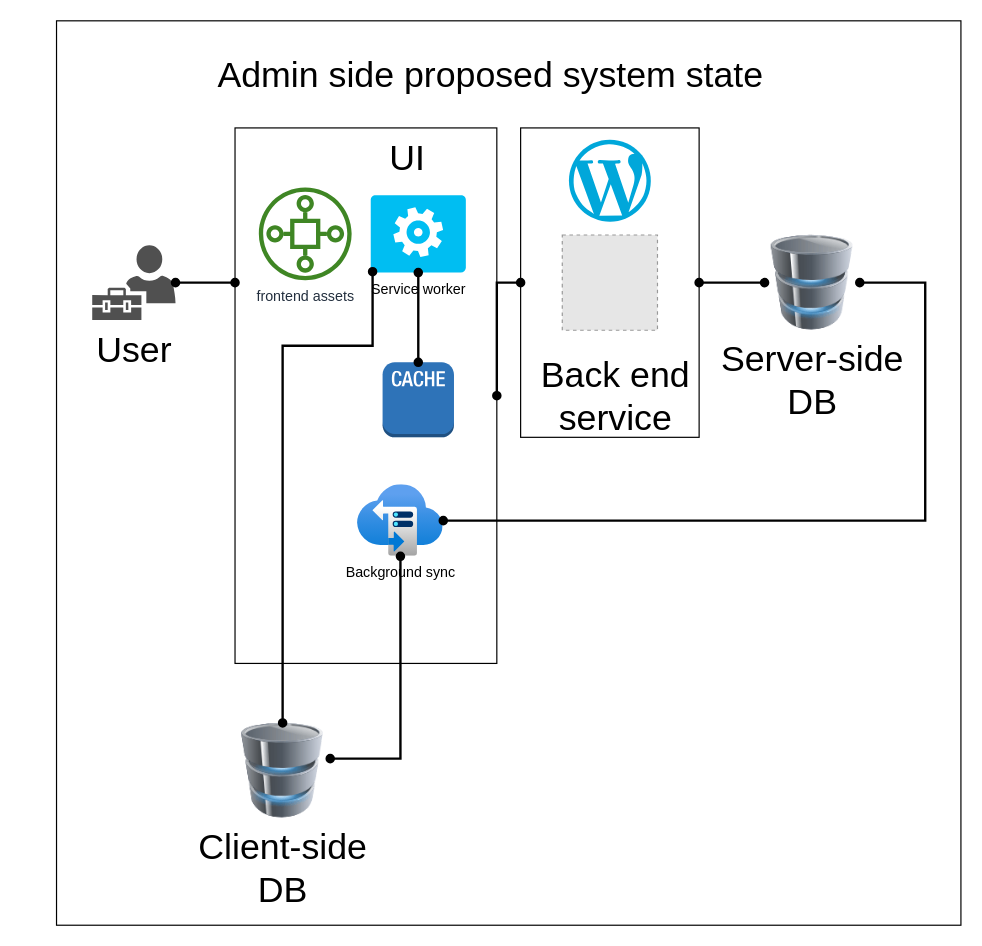
This is high-level/proposed-admin-system.drawio from AlexeyPopovUA/a8c-diagrams, a draw.io file, before an edit. Source tidied: cells renumbered, new cells numbered last; positions are measured from the earlier drawing's top-left corner, leaving out a move shared by most shapes. Both pictures are drawn from the tidied source at 119%, with x=0, y=0 at pixel (56, 20). Pictures stored in the file or linked from it are replaced by grey dashed boxes.
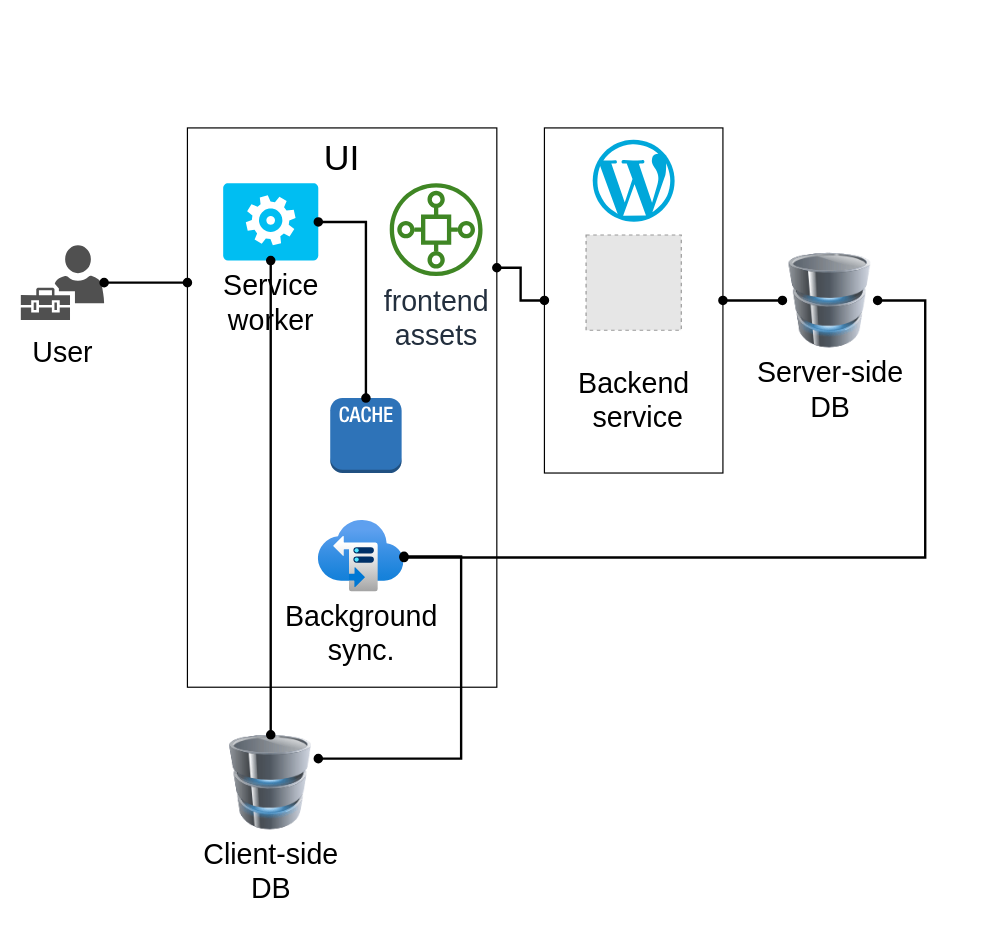
The same diagram, later.

What changed in the source:
```diff
@@
-    <mxCell id="2" style="rounded=0;whiteSpace=wrap;html=1;fontSize=30;" parent="1" vertex="1">
-      <mxGeometry width="760" height="760" as="geometry" />
-    </mxCell>
     <mxCell id="3" value="&lt;div align=&quot;center&quot;&gt;&lt;br&gt;&lt;/div&gt;" style="rounded=0;whiteSpace=wrap;html=1;fontSize=30;align=center;" parent="1" vertex="1">
-      <mxGeometry x="150" y="90" width="220" height="450" as="geometry" />
+      <mxGeometry x="110" y="90" width="260" height="470" as="geometry" />
     </mxCell>
     <mxCell id="4" style="rounded=0;whiteSpace=wrap;html=1;fontSize=30;" parent="1" vertex="1">
-      <mxGeometry x="390" y="90" width="150" height="260" as="geometry" />
+      <mxGeometry x="410" y="90" width="150" height="290" as="geometry" />
     </mxCell>
-    <mxCell id="5" value="&lt;div style=&quot;font-size: 30px;&quot;&gt;&lt;font style=&quot;font-size: 30px;&quot;&gt;Server-side&lt;/font&gt;&lt;/div&gt;&lt;div style=&quot;font-size: 30px;&quot;&gt;&lt;font style=&quot;font-size: 30px;&quot;&gt;DB&lt;/font&gt;&lt;/div&gt;" style="image;html=1;image=img/lib/clip_art/computers/Database_128x128.png;fontSize=40;labelPosition=center;verticalLabelPosition=bottom;align=center;verticalAlign=top;" parent="1" vertex="1">
-      <mxGeometry x="595" y="180" width="80" height="80" as="geometry" />
+    <mxCell id="5" value="&lt;div style=&quot;font-size: 24px;&quot;&gt;&lt;font style=&quot;font-size: 24px;&quot;&gt;Server-side&lt;/font&gt;&lt;/div&gt;&lt;div style=&quot;font-size: 24px;&quot;&gt;&lt;font style=&quot;font-size: 24px;&quot;&gt;DB&lt;/font&gt;&lt;/div&gt;" style="image;html=1;image=img/lib/clip_art/computers/Database_128x128.png;fontSize=40;labelPosition=center;verticalLabelPosition=bottom;align=center;verticalAlign=top;" parent="1" vertex="1">
+      <mxGeometry x="610" y="195" width="80" height="80" as="geometry" />
     </mxCell>
     <mxCell id="6" style="dashed=0;html=1;align=center;labelPosition=center;verticalLabelPosition=bottom;verticalAlign=top;shape=mxgraph.weblogos.wordpress_2;fillColor=#00A7DA;strokeColor=none;fontSize=40;" parent="1" vertex="1">
-      <mxGeometry x="430.6" y="100" width="68.8" height="68.8" as="geometry" />
+      <mxGeometry x="450.6" y="100" width="68.8" height="68.8" as="geometry" />
     </mxCell>
-    <mxCell id="7" style="fillColor=#E6E6E6;strokeColor=#999999;dashed=1;html=1;verticalAlign=top;verticalLabelPosition=bottom;labelBackgroundColor=#ffffff;fontSize=40;" parent="1" vertex="1">
-      <mxGeometry x="425" y="180" width="80" height="80" as="geometry" />
+    <mxCell id="7" value="&lt;p style=&quot;line-height: 0.9; font-size: 24px;&quot;&gt;&lt;/p&gt;&lt;div style=&quot;font-size: 24px;&quot;&gt;&lt;font style=&quot;font-size: 24px;&quot;&gt;Backend&lt;/font&gt;&lt;/div&gt;&lt;div style=&quot;font-size: 24px;&quot;&gt;&lt;font style=&quot;font-size: 24px;&quot;&gt;&amp;nbsp;service&lt;/font&gt;&lt;/div&gt;&lt;p style=&quot;font-size: 24px;&quot;&gt;&lt;/p&gt;" style="fillColor=#E6E6E6;strokeColor=#999999;dashed=1;html=1;verticalAlign=top;verticalLabelPosition=bottom;labelBackgroundColor=#ffffff;fontSize=40;" parent="1" vertex="1">
+      <mxGeometry x="445" y="180" width="80" height="80" as="geometry" />
     </mxCell>
-    <mxCell id="8" value="Back end service" style="text;html=1;strokeColor=none;fillColor=none;align=center;verticalAlign=middle;whiteSpace=wrap;rounded=0;fontSize=30;" parent="1" vertex="1">
-      <mxGeometry x="390" y="300" width="160" height="30" as="geometry" />
-    </mxCell>
-    <mxCell id="9" value="User" style="sketch=0;shadow=0;dashed=0;html=1;strokeColor=none;labelPosition=center;verticalLabelPosition=bottom;verticalAlign=top;align=center;fillColor=#505050;shape=mxgraph.mscae.intune.user_management;fontSize=30;" parent="1" vertex="1">
-      <mxGeometry x="30" y="188.5" width="70" height="63" as="geometry" />
+    <mxCell id="9" value="&lt;font style=&quot;font-size: 24px;&quot;&gt;User&lt;/font&gt;" style="sketch=0;shadow=0;dashed=0;html=1;strokeColor=none;labelPosition=center;verticalLabelPosition=bottom;verticalAlign=top;align=center;fillColor=#505050;shape=mxgraph.mscae.intune.user_management;fontSize=30;" parent="1" vertex="1">
+      <mxGeometry x="-30" y="188.5" width="70" height="63" as="geometry" />
     </mxCell>
-    <mxCell id="10" value="Admin side proposed system state" style="text;html=1;strokeColor=none;fillColor=none;align=center;verticalAlign=middle;whiteSpace=wrap;rounded=0;fontSize=30;" parent="1" vertex="1">
-      <mxGeometry x="115" y="30" width="500" height="30" as="geometry" />
-    </mxCell>
-    <mxCell id="11" value="Service worker" style="verticalLabelPosition=bottom;html=1;verticalAlign=top;align=center;strokeColor=none;fillColor=#00BEF2;shape=mxgraph.azure.worker_role;" parent="1" vertex="1">
-      <mxGeometry x="264" y="146.5" width="80" height="65" as="geometry" />
+    <mxCell id="11" value="&lt;font style=&quot;font-size: 24px;&quot;&gt;Service &lt;br&gt;worker&lt;/font&gt;" style="verticalLabelPosition=bottom;html=1;verticalAlign=top;align=center;strokeColor=none;fillColor=#00BEF2;shape=mxgraph.azure.worker_role;" parent="1" vertex="1">
+      <mxGeometry x="140" y="136.5" width="80" height="65" as="geometry" />
     </mxCell>
-    <mxCell id="12" value="&lt;div style=&quot;font-size: 30px;&quot;&gt;&lt;font style=&quot;font-size: 30px;&quot;&gt;Client-side&lt;/font&gt;&lt;/div&gt;&lt;div style=&quot;font-size: 30px;&quot;&gt;&lt;font style=&quot;font-size: 30px;&quot;&gt;DB&lt;/font&gt;&lt;/div&gt;" style="image;html=1;image=img/lib/clip_art/computers/Database_128x128.png;fontSize=40;labelPosition=center;verticalLabelPosition=bottom;align=center;verticalAlign=top;" parent="1" vertex="1">
-      <mxGeometry x="150" y="590" width="80" height="80" as="geometry" />
+    <mxCell id="12" value="&lt;div style=&quot;font-size: 24px;&quot;&gt;&lt;font style=&quot;font-size: 24px;&quot;&gt;Client-side&lt;/font&gt;&lt;/div&gt;&lt;div style=&quot;font-size: 24px;&quot;&gt;&lt;font style=&quot;font-size: 24px;&quot;&gt;DB&lt;/font&gt;&lt;/div&gt;" style="image;html=1;image=img/lib/clip_art/computers/Database_128x128.png;fontSize=40;labelPosition=center;verticalLabelPosition=bottom;align=center;verticalAlign=top;" parent="1" vertex="1">
+      <mxGeometry x="140" y="600" width="80" height="80" as="geometry" />
     </mxCell>
-    <mxCell id="13" style="edgeStyle=orthogonalEdgeStyle;rounded=0;jettySize=auto;html=1;exitX=0;exitY=0.5;exitDx=0;exitDy=0;entryX=1;entryY=0.5;entryDx=0;entryDy=0;strokeWidth=2;endArrow=oval;endFill=1;startArrow=oval;startFill=1;" parent="1" edge="1" source="4" target="3">
+    <mxCell id="13" style="edgeStyle=orthogonalEdgeStyle;rounded=0;jettySize=auto;html=1;exitX=0;exitY=0.5;exitDx=0;exitDy=0;entryX=1;entryY=0.25;entryDx=0;entryDy=0;strokeWidth=2;endArrow=oval;endFill=1;startArrow=oval;startFill=1;" parent="1" edge="1" source="4" target="3">
       <mxGeometry relative="1" as="geometry" />
     </mxCell>
@@
     <mxCell id="15" style="edgeStyle=orthogonalEdgeStyle;rounded=0;jettySize=auto;html=1;fontSize=30;endArrow=oval;endFill=1;strokeWidth=2;startArrow=oval;startFill=1;" parent="1" edge="1" source="9">
       <mxGeometry relative="1" as="geometry">
-        <mxPoint x="150" y="220" as="targetPoint" />
+        <mxPoint x="110" y="220" as="targetPoint" />
       </mxGeometry>
     </mxCell>
-    <mxCell id="16" style="edgeStyle=orthogonalEdgeStyle;rounded=0;jettySize=auto;html=1;entryX=0.5;entryY=0;entryDx=0;entryDy=0;strokeWidth=2;exitX=0.02;exitY=0.99;exitDx=0;exitDy=0;exitPerimeter=0;endArrow=oval;endFill=1;startArrow=oval;startFill=1;" parent="1" edge="1" source="11" target="12">
-      <mxGeometry relative="1" as="geometry">
-        <Array as="points">
-          <mxPoint x="266" y="273" />
-          <mxPoint x="190" y="273" />
-        </Array>
-      </mxGeometry>
-    </mxCell>
     <mxCell id="17" value="&lt;font style=&quot;font-size: 30px;&quot;&gt;UI&lt;/font&gt;" style="text;html=1;strokeColor=none;fillColor=none;align=center;verticalAlign=middle;whiteSpace=wrap;rounded=0;" parent="1" vertex="1">
-      <mxGeometry x="265" y="100" width="60" height="30" as="geometry" />
+      <mxGeometry x="210" y="100" width="60" height="30" as="geometry" />
     </mxCell>
-    <mxCell id="18" value="Background sync" style="html=1;points=[];align=center;image;fontSize=12;image=img/lib/azure2/storage/Storage_Sync_Services.svg;" parent="1" vertex="1">
-      <mxGeometry x="253" y="390" width="72" height="60" as="geometry" />
+    <mxCell id="18" value="&lt;font style=&quot;font-size: 24px;&quot;&gt;Background&lt;br&gt; sync.&lt;/font&gt;" style="html=1;points=[];align=center;image;fontSize=12;image=img/lib/azure2/storage/Storage_Sync_Services.svg;" parent="1" vertex="1">
+      <mxGeometry x="220" y="420" width="72" height="60" as="geometry" />
     </mxCell>
-    <mxCell id="19" value="frontend assets" style="sketch=0;fontColor=#232F3E;gradientColor=none;fillColor=#3F8624;strokeColor=none;dashed=0;verticalLabelPosition=bottom;verticalAlign=top;align=center;html=1;fontSize=12;fontStyle=0;shape=mxgraph.aws4.iot_sitewise_asset_model;" parent="1" vertex="1">
-      <mxGeometry x="170" y="140" width="78" height="78" as="geometry" />
+    <mxCell id="19" value="&lt;font style=&quot;font-size: 24px;&quot;&gt;frontend&lt;br&gt; assets&lt;/font&gt;" style="sketch=0;fontColor=#232F3E;gradientColor=none;fillColor=#3F8624;strokeColor=none;dashed=0;verticalLabelPosition=bottom;verticalAlign=top;align=center;html=1;fontSize=12;fontStyle=0;shape=mxgraph.aws4.iot_sitewise_asset_model;" parent="1" vertex="1">
+      <mxGeometry x="280" y="136.5" width="78" height="78" as="geometry" />
     </mxCell>
     <mxCell id="20" style="edgeStyle=orthogonalEdgeStyle;rounded=0;jettySize=auto;html=1;fontSize=30;startArrow=oval;startFill=1;endArrow=oval;endFill=1;strokeWidth=2;" parent="1" edge="1" source="18" target="12">
       <mxGeometry relative="1" as="geometry">
         <Array as="points">
-          <mxPoint x="289" y="620" />
+          <mxPoint x="340" y="450" />
+          <mxPoint x="340" y="620" />
         </Array>
       </mxGeometry>
     </mxCell>
-    <mxCell id="21" style="edgeStyle=orthogonalEdgeStyle;rounded=0;jettySize=auto;html=1;entryX=1;entryY=0.5;entryDx=0;entryDy=0;fontSize=30;startArrow=oval;startFill=1;endArrow=oval;endFill=1;strokeWidth=2;" parent="1" edge="1" source="18" target="5">
+    <mxCell id="21" style="edgeStyle=orthogonalEdgeStyle;rounded=0;jettySize=auto;html=1;entryX=1;entryY=0.5;entryDx=0;entryDy=0;fontSize=30;startArrow=oval;startFill=1;endArrow=oval;endFill=1;strokeWidth=2;exitX=1;exitY=0.517;exitDx=0;exitDy=0;exitPerimeter=0;" parent="1" edge="1" source="18" target="5">
       <mxGeometry relative="1" as="geometry">
         <Array as="points">
-          <mxPoint x="730" y="420" />
-          <mxPoint x="730" y="220" />
+          <mxPoint x="730" y="451" />
+          <mxPoint x="730" y="235" />
         </Array>
       </mxGeometry>
     </mxCell>
     <mxCell id="22" style="outlineConnect=0;dashed=0;verticalLabelPosition=bottom;verticalAlign=top;align=center;html=1;shape=mxgraph.aws3.cache_node;fillColor=#2E73B8;gradientColor=none;fontSize=30;" parent="1" vertex="1">
-      <mxGeometry x="274" y="287" width="60" height="63" as="geometry" />
+      <mxGeometry x="230" y="317" width="60" height="63" as="geometry" />
     </mxCell>
@@
+    <mxCell id="16" style="edgeStyle=orthogonalEdgeStyle;rounded=0;jettySize=auto;html=1;exitX=0.5;exitY=1;exitDx=0;exitDy=0;exitPerimeter=0;entryX=0.5;entryY=0;entryDx=0;entryDy=0;fontSize=24;endArrow=oval;endFill=1;strokeWidth=2;startArrow=oval;startFill=1;" parent="1" edge="1" source="11" target="12">
+      <mxGeometry relative="1" as="geometry" />
+    </mxCell>
```
